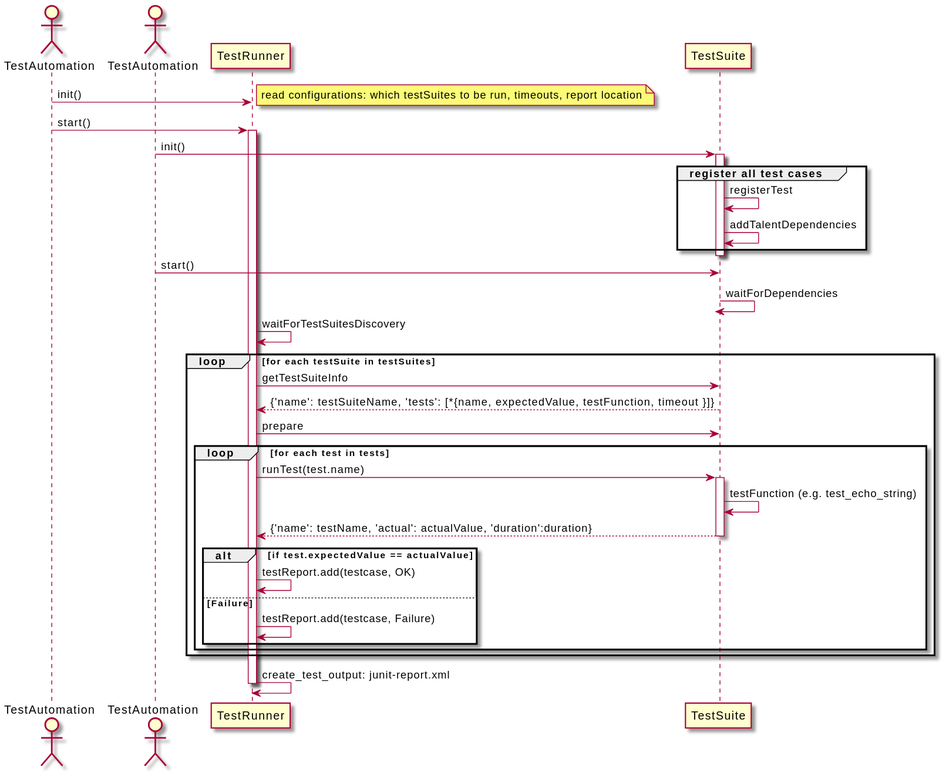
This is docs/topics/assets/plantuml/test_framework_sequence.svg from COVESA/iot-event-analytics, a PlantUML export, as it was before one commit.
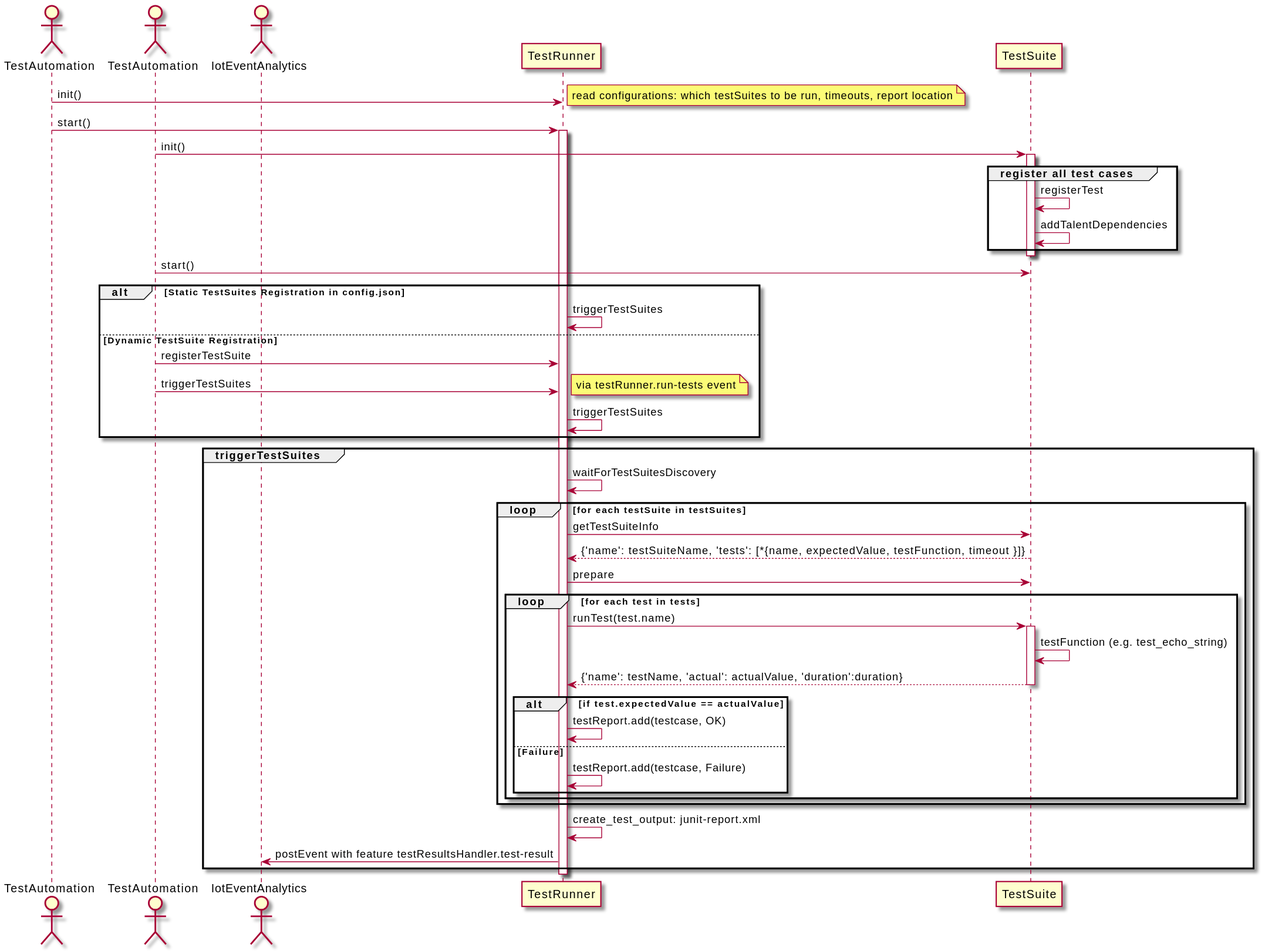
The same file after the commit.

What changed in the source:
```diff
@@ -1,6 +1,7 @@
 @startuml
 actor TestAutomation as Actor1
 actor TestAutomation as Actor2
+actor IotEventAnalytics
 Actor1 -> TestRunner: init()
 note right
     read configurations: which testSuites to be run, timeouts, report location
@@ -20,11 +21,23 @@
 
 activate TestSuite
 Actor2 -> TestSuite: start()
-TestSuite -> TestSuite: waitForDependencies
 deactivate TestSuite
 
+alt Static TestSuites Registration in config.json
+TestRunner -> TestRunner: triggerTestSuites
+else Dynamic TestSuite Registration
+Actor2 -> TestRunner: registerTestSuite
+Actor2 -> TestRunner: triggerTestSuites
+note right
+    via testRunner.run-tests event
+end note
+TestRunner -> TestRunner: triggerTestSuites
+end
+
+group triggerTestSuites
 
 TestRunner -> TestRunner: waitForTestSuitesDiscovery
+
 loop for each testSuite in testSuites
 TestRunner -> TestSuite: getTestSuiteInfo
 TestRunner <-- TestSuite: {'name': testSuiteName, 'tests': [*{name, expectedValue, testFunction, timeout }]}
@@ -44,5 +57,8 @@
 end
 end
 TestRunner -> TestRunner: create_test_output: junit-report.xml
+TestRunner -> IotEventAnalytics: postEvent with feature testResultsHandler.test-result
+
+end
 deactivate TestRunner
 @enduml
```
